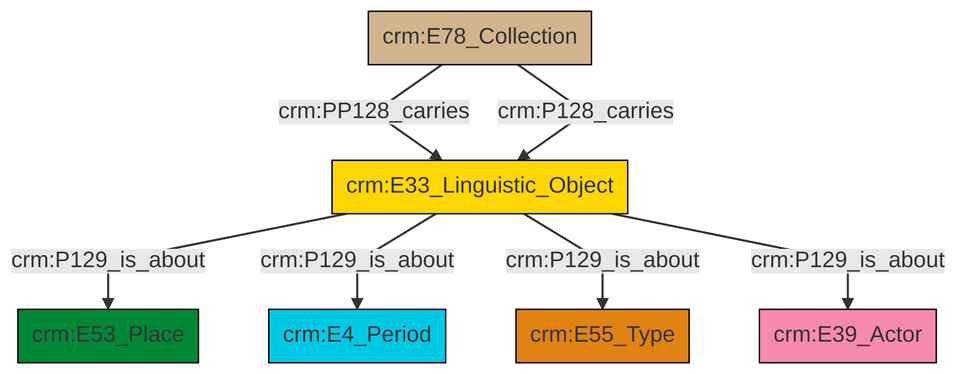
swiss-art-research-net/docs.swissartresearch keeps this Mermaid diagram as et/archivalCSV/ttl/mmd/png/archival_aboutness.png. Above is the earlier version. Its source is kept beside it as et/archivalCSV/ttl/mmd/archival_aboutness.ttl.mmd.
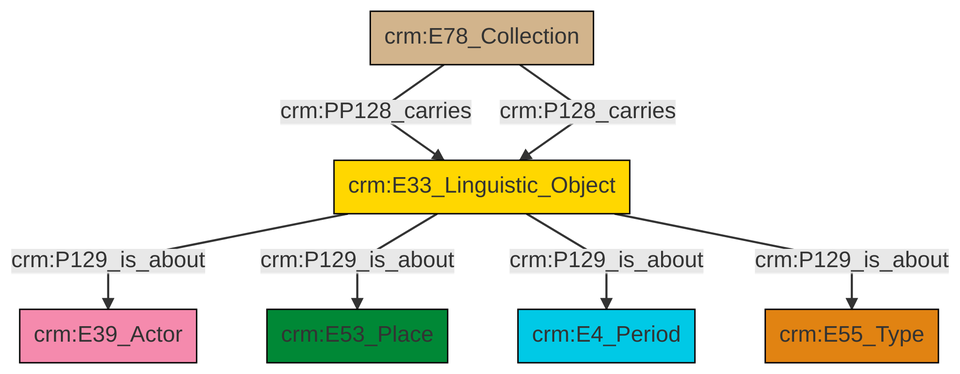
After the change.

What changed in the source:
```diff
@@ -13,9 +13,9 @@
 classDef PC_Classes fill:#4ce600, stroke:#000000;
 classDef Multi fill:#cccccc,stroke:#000000;
 
-0["crm:E33_Linguistic_Object"]:::Conceptual_Object -->|crm:P129_is_about| 2["crm:E53_Place"]:::Place
-0["crm:E33_Linguistic_Object"]:::Conceptual_Object -->|crm:P129_is_about| 3["crm:E4_Period"]:::Temporal_Entity
-5["crm:E78_Collection"]:::Physical_Thing -->|crm:PP128_carries| 0["crm:E33_Linguistic_Object"]:::Conceptual_Object
-5["crm:E78_Collection"]:::Physical_Thing -->|crm:P128_carries| 0["crm:E33_Linguistic_Object"]:::Conceptual_Object
-0["crm:E33_Linguistic_Object"]:::Conceptual_Object -->|crm:P129_is_about| 9["crm:E55_Type"]:::Type
-0["crm:E33_Linguistic_Object"]:::Conceptual_Object -->|crm:P129_is_about| 7["crm:E39_Actor"]:::Actor
+0["crm:E78_Collection"]:::Physical_Thing -->|crm:PP128_carries| 1["crm:E33_Linguistic_Object"]:::Conceptual_Object
+1["crm:E33_Linguistic_Object"]:::Conceptual_Object -->|crm:P129_is_about| 2["crm:E39_Actor"]:::Actor
+1["crm:E33_Linguistic_Object"]:::Conceptual_Object -->|crm:P129_is_about| 3["crm:E53_Place"]:::Place
+0["crm:E78_Collection"]:::Physical_Thing -->|crm:P128_carries| 1["crm:E33_Linguistic_Object"]:::Conceptual_Object
+1["crm:E33_Linguistic_Object"]:::Conceptual_Object -->|crm:P129_is_about| 5["crm:E4_Period"]:::Temporal_Entity
+1["crm:E33_Linguistic_Object"]:::Conceptual_Object -->|crm:P129_is_about| 8["crm:E55_Type"]:::Type
```
